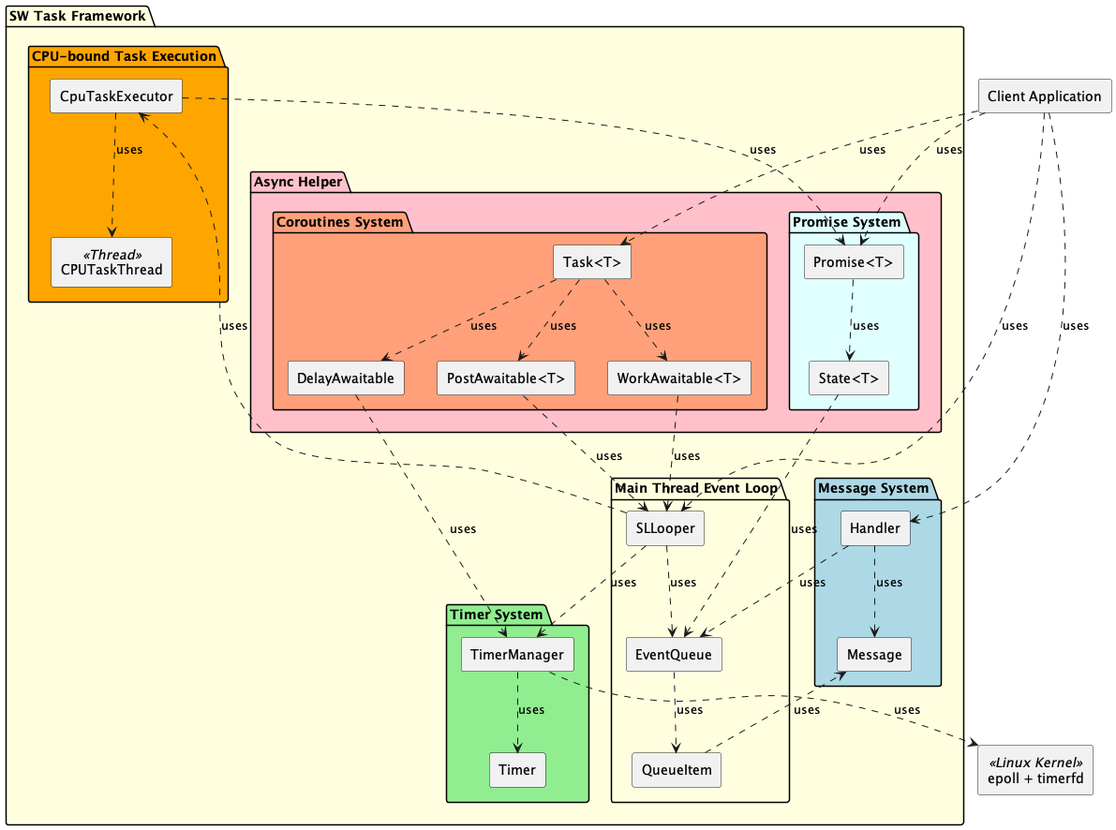
Earlier version of the PlantUML export system_overview.png (taikt/sw_task).
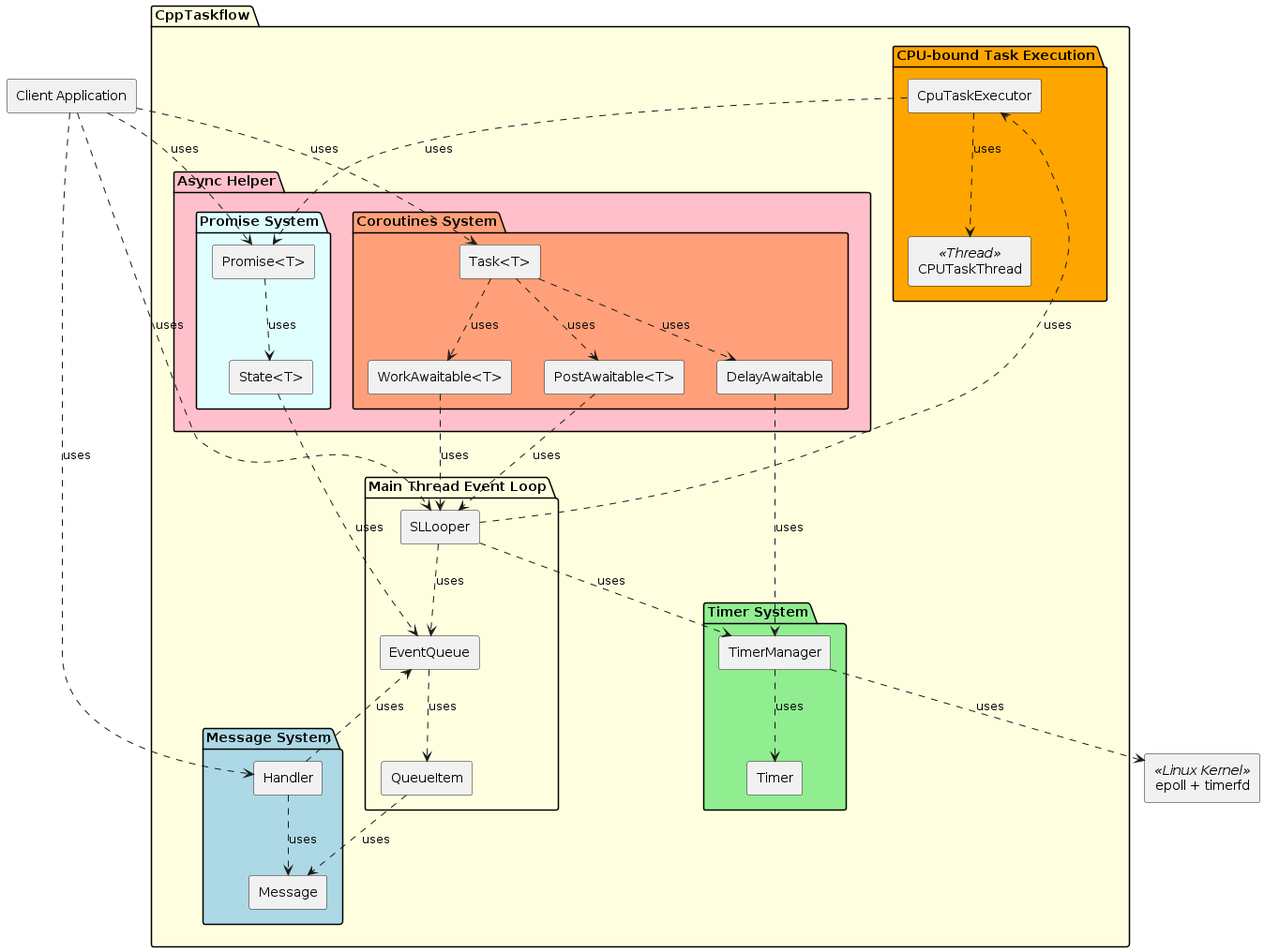
After the change.

What changed in the source:
```diff
@@ -3,7 +3,7 @@
 rectangle "Client Application" as Client
 rectangle "epoll + timerfd" as EpollFd <<Linux Kernel>>
 
-package "SW Task Framework" #LightYellow {
+package "CppTaskflow" #LightYellow {
 
     package "Main Thread Event Loop" {
         rectangle "SLLooper" as Looper
```
